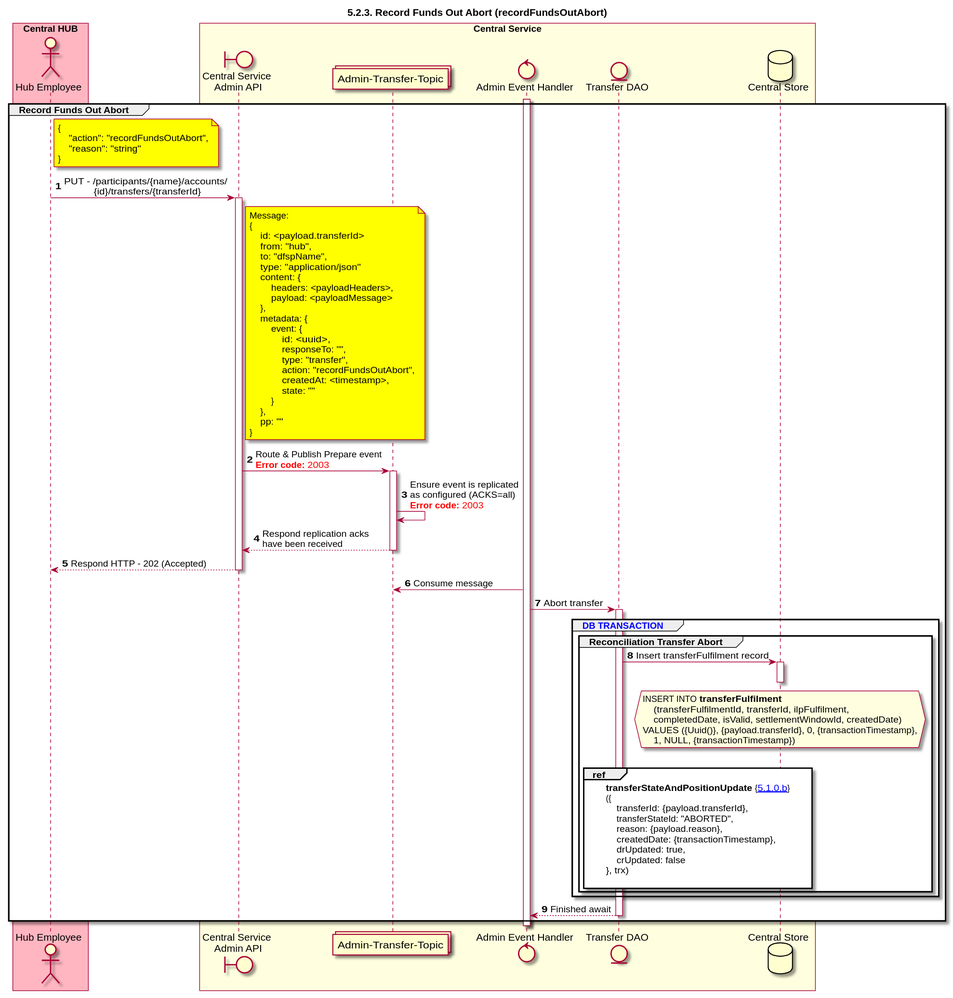
The PlantUML diagram Diagrams/SequenceDiagrams/seq-recfunds-5.2.3-out-abort.svg in ggrg/docs, before a commit.
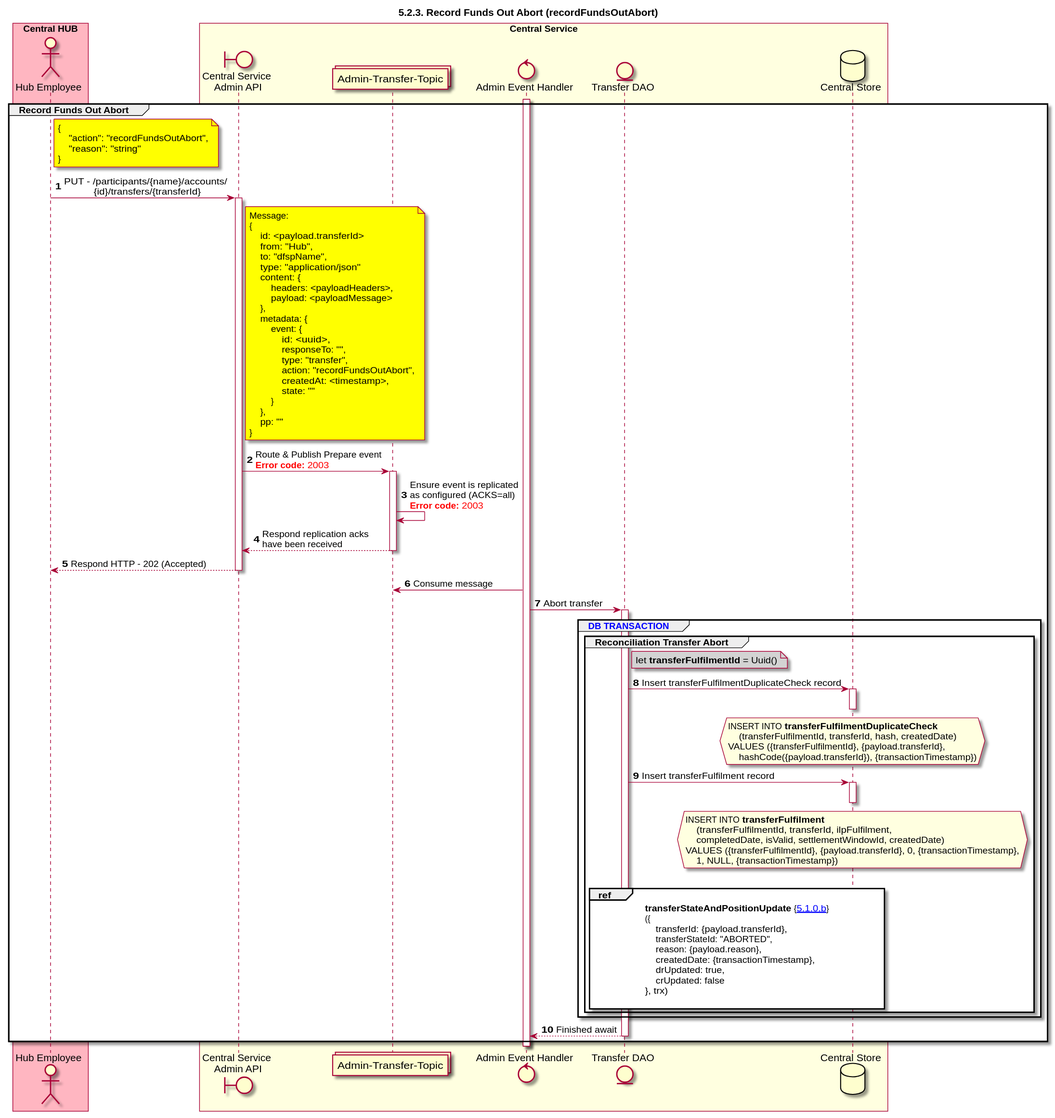
After the commit.

Change to the diagram source:
```diff
@@ -38,7 +38,7 @@
         Message:
         {
             id: <payload.transferId>
-            from: "hub",
+            from: "Hub",
             to: "dfspName",
             type: "application/json"
             content: {
@@ -71,6 +71,20 @@
     activate TRANSFER_DAO
     group <color #blue>DB TRANSACTION</color>
         group Reconciliation Transfer Abort
+            note right of TRANSFER_DAO #lightgray
+                let **transferFulfilmentId** = Uuid()
+            end note
+
+            TRANSFER_DAO -> DB: Insert transferFulfilmentDuplicateCheck record
+            activate DB
+            deactivate DB
+            hnote over DB #lightyellow
+                INSERT INTO **transferFulfilmentDuplicateCheck**
+                    (transferFulfilmentId, transferId, hash, createdDate)
+                VALUES ({transferFulfilmentId}, {payload.transferId},
+                    hashCode({payload.transferId}), {transactionTimestamp})
+            end hnote
+
             TRANSFER_DAO -> DB: Insert transferFulfilment record
             activate DB
             deactivate DB
@@ -78,7 +92,7 @@
                 INSERT INTO **transferFulfilment**
                     (transferFulfilmentId, transferId, ilpFulfilment,
                     completedDate, isValid, settlementWindowId, createdDate)
-                VALUES ({Uuid()}, {payload.transferId}, 0, {transactionTimestamp},
+                VALUES ({transferFulfilmentId}, {payload.transferId}, 0, {transactionTimestamp},
                     1, NULL, {transactionTimestamp})
             end hnote
             |||
```
